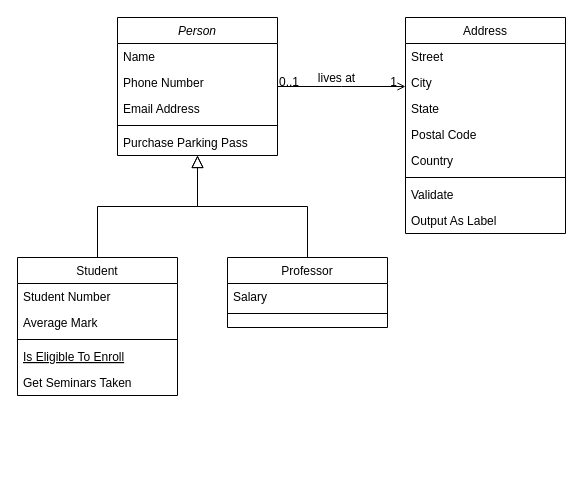
This is page "Diagrama de classes" (3 of 3) of PROJETO3OO.drawio from mateus-cavati/PROJETO3OO, a draw.io file, before an edit. Source tidied: cells renumbered, new cells numbered last; positions are measured from the earlier drawing's top-left corner, leaving out a move shared by most shapes. Both pictures are drawn from the tidied source at 100%, with x=0, y=0 at pixel (17, 17).
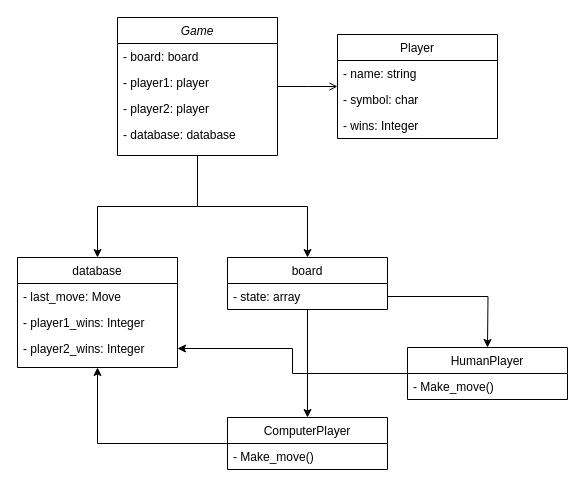
The same diagram, later.

The change refers to these unchanged cells:
```xml
<mxCell id="28" style="endArrow=open;shadow=0;strokeWidth=1;rounded=0;endFill=1;edgeStyle=elbowEdgeStyle;elbow=vertical;" parent="1" edge="1" source="2" target="19">
  <mxGeometry x="0.5" y="41" relative="1" as="geometry">
    <mxPoint x="-40" y="32" as="offset" />
  </mxGeometry>
</mxCell>
```

Diff of the diagram source:
```diff
@@
+    <mxCell id="32" style="edgeStyle=orthogonalEdgeStyle;rounded=0;jettySize=auto;html=1;entryX=0.5;entryY=0;entryDx=0;entryDy=0;" parent="1" edge="1" source="2" target="15">
+      <mxGeometry relative="1" as="geometry" />
+    </mxCell>
+    <mxCell id="33" style="edgeStyle=orthogonalEdgeStyle;rounded=0;jettySize=auto;html=1;entryX=0.5;entryY=0;entryDx=0;entryDy=0;" parent="1" edge="1" source="2" target="8">
+      <mxGeometry relative="1" as="geometry" />
+    </mxCell>
-    <mxCell id="2" value="Person" style="swimlane;fontStyle=2;align=center;verticalAlign=top;horizontal=1;startSize=26;rounded=0;shadow=0;strokeWidth=1;" parent="1" vertex="1">
+    <mxCell id="2" value="Game" style="swimlane;fontStyle=2;align=center;verticalAlign=top;horizontal=1;startSize=26;rounded=0;shadow=0;strokeWidth=1;" parent="1" vertex="1">
       <mxGeometry x="100" width="160" height="138" as="geometry" />
     </mxCell>
-    <mxCell id="3" value="Name" style="text;align=left;verticalAlign=top;spacingLeft=4;spacingRight=4;overflow=hidden;" parent="2" vertex="1">
+    <mxCell id="3" value="- board: board" style="text;align=left;verticalAlign=top;spacingLeft=4;spacingRight=4;overflow=hidden;" parent="2" vertex="1">
       <mxGeometry y="26" width="160" height="26" as="geometry" />
     </mxCell>
-    <mxCell id="4" value="Phone Number" style="text;align=left;verticalAlign=top;spacingLeft=4;spacingRight=4;overflow=hidden;rounded=0;shadow=0;html=0;" parent="2" vertex="1">
+    <mxCell id="4" value="- player1: player" style="text;align=left;verticalAlign=top;spacingLeft=4;spacingRight=4;overflow=hidden;rounded=0;shadow=0;html=0;" parent="2" vertex="1">
       <mxGeometry y="52" width="160" height="26" as="geometry" />
     </mxCell>
-    <mxCell id="5" value="Email Address" style="text;align=left;verticalAlign=top;spacingLeft=4;spacingRight=4;overflow=hidden;rounded=0;shadow=0;html=0;" parent="2" vertex="1">
+    <mxCell id="5" value="- player2: player" style="text;align=left;verticalAlign=top;spacingLeft=4;spacingRight=4;overflow=hidden;rounded=0;shadow=0;html=0;" parent="2" vertex="1">
       <mxGeometry y="78" width="160" height="26" as="geometry" />
     </mxCell>
-    <mxCell id="6" style="line;html=1;strokeWidth=1;align=left;verticalAlign=middle;spacingTop=-1;spacingLeft=3;spacingRight=3;labelPosition=right;" parent="2" vertex="1">
-      <mxGeometry y="104" width="160" height="8" as="geometry" />
-    </mxCell>
-    <mxCell id="7" value="Purchase Parking Pass" style="text;align=left;verticalAlign=top;spacingLeft=4;spacingRight=4;overflow=hidden;" parent="2" vertex="1">
-      <mxGeometry y="112" width="160" height="26" as="geometry" />
-    </mxCell>
+    <mxCell id="34" value="- database: database" style="text;align=left;verticalAlign=top;spacingLeft=4;spacingRight=4;overflow=hidden;rounded=0;shadow=0;html=0;" parent="2" vertex="1">
+      <mxGeometry y="104" width="160" height="26" as="geometry" />
+    </mxCell>
-    <mxCell id="8" value="Student" style="swimlane;fontStyle=0;align=center;verticalAlign=top;horizontal=1;startSize=26;rounded=0;shadow=0;strokeWidth=1;" parent="1" vertex="1">
-      <mxGeometry y="240" width="160" height="138" as="geometry" />
+    <mxCell id="8" value="database" style="swimlane;fontStyle=0;align=center;verticalAlign=top;horizontal=1;startSize=26;rounded=0;shadow=0;strokeWidth=1;" parent="1" vertex="1">
+      <mxGeometry y="240" width="160" height="110" as="geometry" />
     </mxCell>
-    <mxCell id="9" value="Student Number" style="text;align=left;verticalAlign=top;spacingLeft=4;spacingRight=4;overflow=hidden;" parent="8" vertex="1">
+    <mxCell id="9" value="- last_move: Move" style="text;align=left;verticalAlign=top;spacingLeft=4;spacingRight=4;overflow=hidden;" parent="8" vertex="1">
       <mxGeometry y="26" width="160" height="26" as="geometry" />
     </mxCell>
-    <mxCell id="10" value="Average Mark" style="text;align=left;verticalAlign=top;spacingLeft=4;spacingRight=4;overflow=hidden;rounded=0;shadow=0;html=0;" parent="8" vertex="1">
+    <mxCell id="10" value="- player1_wins: Integer" style="text;align=left;verticalAlign=top;spacingLeft=4;spacingRight=4;overflow=hidden;rounded=0;shadow=0;html=0;" parent="8" vertex="1">
       <mxGeometry y="52" width="160" height="26" as="geometry" />
     </mxCell>
-    <mxCell id="11" style="line;html=1;strokeWidth=1;align=left;verticalAlign=middle;spacingTop=-1;spacingLeft=3;spacingRight=3;labelPosition=right;" parent="8" vertex="1">
-      <mxGeometry y="78" width="160" height="8" as="geometry" />
-    </mxCell>
-    <mxCell id="12" value="Is Eligible To Enroll" style="text;align=left;verticalAlign=top;spacingLeft=4;spacingRight=4;overflow=hidden;fontStyle=4;" parent="8" vertex="1">
-      <mxGeometry y="86" width="160" height="26" as="geometry" />
-    </mxCell>
-    <mxCell id="13" value="Get Seminars Taken" style="text;align=left;verticalAlign=top;spacingLeft=4;spacingRight=4;overflow=hidden;" parent="8" vertex="1">
-      <mxGeometry y="112" width="160" height="26" as="geometry" />
-    </mxCell>
-    <mxCell id="14" style="endArrow=block;endSize=10;endFill=0;shadow=0;strokeWidth=1;rounded=0;edgeStyle=elbowEdgeStyle;elbow=vertical;" parent="1" edge="1" source="8" target="2">
-      <mxGeometry relative="1" as="geometry" />
-    </mxCell>
+    <mxCell id="35" value="- player2_wins: Integer" style="text;align=left;verticalAlign=top;spacingLeft=4;spacingRight=4;overflow=hidden;points=[[0,0.5],[1,0.5]];portConstraint=eastwest;rounded=0;shadow=0;html=0;" parent="8" vertex="1">
+      <mxGeometry y="78" width="160" height="26" as="geometry" />
+    </mxCell>
+    <mxCell id="36" style="edgeStyle=orthogonalEdgeStyle;rounded=0;jettySize=auto;html=1;entryX=0.5;entryY=0;entryDx=0;entryDy=0;" parent="1" edge="1" source="15" target="42">
+      <mxGeometry relative="1" as="geometry" />
+    </mxCell>
-    <mxCell id="15" value="Professor" style="swimlane;fontStyle=0;align=center;verticalAlign=top;horizontal=1;startSize=26;rounded=0;shadow=0;strokeWidth=1;" parent="1" vertex="1">
-      <mxGeometry x="210" y="240" width="160" height="70" as="geometry" />
+    <mxCell id="15" value="board" style="swimlane;fontStyle=0;align=center;verticalAlign=top;horizontal=1;startSize=26;rounded=0;shadow=0;strokeWidth=1;" parent="1" vertex="1">
+      <mxGeometry x="210" y="240" width="160" height="52" as="geometry" />
     </mxCell>
+    <mxCell id="37" style="edgeStyle=orthogonalEdgeStyle;rounded=0;jettySize=auto;html=1;" parent="15" edge="1" source="16">
+      <mxGeometry relative="1" as="geometry">
+        <mxPoint x="260" y="90" as="targetPoint" />
+      </mxGeometry>
+    </mxCell>
-    <mxCell id="16" value="Salary" style="text;align=left;verticalAlign=top;spacingLeft=4;spacingRight=4;overflow=hidden;points=[[0,0.5],[1,0.5]];portConstraint=eastwest;" parent="15" vertex="1">
+    <mxCell id="16" value="- state: array" style="text;align=left;verticalAlign=top;spacingLeft=4;spacingRight=4;overflow=hidden;points=[[0,0.5],[1,0.5]];portConstraint=eastwest;" parent="15" vertex="1">
       <mxGeometry y="26" width="160" height="26" as="geometry" />
     </mxCell>
-    <mxCell id="17" style="line;html=1;strokeWidth=1;align=left;verticalAlign=middle;spacingTop=-1;spacingLeft=3;spacingRight=3;labelPosition=right;" parent="15" vertex="1">
-      <mxGeometry y="52" width="160" height="8" as="geometry" />
-    </mxCell>
-    <mxCell id="18" style="endArrow=block;endSize=10;endFill=0;shadow=0;strokeWidth=1;rounded=0;edgeStyle=elbowEdgeStyle;elbow=vertical;" parent="1" edge="1" source="15" target="2">
-      <mxGeometry relative="1" as="geometry" />
-    </mxCell>
-    <mxCell id="19" value="Address" style="swimlane;fontStyle=0;align=center;verticalAlign=top;horizontal=1;startSize=26;rounded=0;shadow=0;strokeWidth=1;" parent="1" vertex="1">
-      <mxGeometry x="388" width="160" height="216" as="geometry" />
+    <mxCell id="19" value="Player" style="swimlane;fontStyle=0;align=center;verticalAlign=top;horizontal=1;startSize=26;rounded=0;shadow=0;strokeWidth=1;" parent="1" vertex="1">
+      <mxGeometry x="320" y="17" width="160" height="104" as="geometry" />
     </mxCell>
-    <mxCell id="20" value="Street" style="text;align=left;verticalAlign=top;spacingLeft=4;spacingRight=4;overflow=hidden;" parent="19" vertex="1">
+    <mxCell id="20" value="- name: string" style="text;align=left;verticalAlign=top;spacingLeft=4;spacingRight=4;overflow=hidden;" parent="19" vertex="1">
       <mxGeometry y="26" width="160" height="26" as="geometry" />
     </mxCell>
-    <mxCell id="21" value="City" style="text;align=left;verticalAlign=top;spacingLeft=4;spacingRight=4;overflow=hidden;rounded=0;shadow=0;html=0;" parent="19" vertex="1">
+    <mxCell id="21" value="- symbol: char" style="text;align=left;verticalAlign=top;spacingLeft=4;spacingRight=4;overflow=hidden;rounded=0;shadow=0;html=0;" parent="19" vertex="1">
       <mxGeometry y="52" width="160" height="26" as="geometry" />
     </mxCell>
-    <mxCell id="22" value="State" style="text;align=left;verticalAlign=top;spacingLeft=4;spacingRight=4;overflow=hidden;rounded=0;shadow=0;html=0;" parent="19" vertex="1">
+    <mxCell id="22" value="- wins: Integer" style="text;align=left;verticalAlign=top;spacingLeft=4;spacingRight=4;overflow=hidden;rounded=0;shadow=0;html=0;" parent="19" vertex="1">
       <mxGeometry y="78" width="160" height="26" as="geometry" />
     </mxCell>
-    <mxCell id="23" value="Postal Code" style="text;align=left;verticalAlign=top;spacingLeft=4;spacingRight=4;overflow=hidden;rounded=0;shadow=0;html=0;" parent="19" vertex="1">
-      <mxGeometry y="104" width="160" height="26" as="geometry" />
-    </mxCell>
-    <mxCell id="24" value="Country" style="text;align=left;verticalAlign=top;spacingLeft=4;spacingRight=4;overflow=hidden;rounded=0;shadow=0;html=0;" parent="19" vertex="1">
-      <mxGeometry y="130" width="160" height="26" as="geometry" />
-    </mxCell>
-    <mxCell id="25" style="line;html=1;strokeWidth=1;align=left;verticalAlign=middle;spacingTop=-1;spacingLeft=3;spacingRight=3;labelPosition=right;" parent="19" vertex="1">
-      <mxGeometry y="156" width="160" height="8" as="geometry" />
-    </mxCell>
-    <mxCell id="26" value="Validate" style="text;align=left;verticalAlign=top;spacingLeft=4;spacingRight=4;overflow=hidden;" parent="19" vertex="1">
-      <mxGeometry y="164" width="160" height="26" as="geometry" />
-    </mxCell>
-    <mxCell id="27" value="Output As Label" style="text;align=left;verticalAlign=top;spacingLeft=4;spacingRight=4;overflow=hidden;" parent="19" vertex="1">
-      <mxGeometry y="190" width="160" height="26" as="geometry" />
-    </mxCell>
@@
-    <mxCell id="29" value="0..1" style="align=left;verticalAlign=bottom;labelBackgroundColor=none;fontSize=12;" parent="28" vertex="1">
-      <mxGeometry x="-1" relative="1" as="geometry">
-        <mxPoint y="4" as="offset" />
-      </mxGeometry>
-    </mxCell>
-    <mxCell id="30" value="1" style="align=right;verticalAlign=bottom;labelBackgroundColor=none;fontSize=12;" parent="28" vertex="1">
-      <mxGeometry x="1" relative="1" as="geometry">
-        <mxPoint x="-7" y="4" as="offset" />
-      </mxGeometry>
-    </mxCell>
-    <mxCell id="31" value="lives at" style="text;html=1;align=center;verticalAlign=middle;labelBackgroundColor=none;rounded=0;shadow=0;strokeWidth=1;fontSize=12;" parent="28" vertex="1">
-      <mxGeometry x="0.5" y="49" relative="1" as="geometry">
-        <mxPoint x="-38" y="40" as="offset" />
-      </mxGeometry>
-    </mxCell>
+    <mxCell id="38" style="edgeStyle=orthogonalEdgeStyle;rounded=0;jettySize=auto;html=1;entryX=1;entryY=0.5;entryDx=0;entryDy=0;" parent="1" edge="1" source="39" target="35">
+      <mxGeometry relative="1" as="geometry" />
+    </mxCell>
+    <mxCell id="39" value="HumanPlayer" style="swimlane;fontStyle=0;align=center;verticalAlign=top;horizontal=1;startSize=26;rounded=0;shadow=0;strokeWidth=1;" parent="1" vertex="1">
+      <mxGeometry x="390" y="330" width="160" height="52" as="geometry" />
+    </mxCell>
+    <mxCell id="40" value="- Make_move()" style="text;align=left;verticalAlign=top;spacingLeft=4;spacingRight=4;overflow=hidden;" parent="39" vertex="1">
+      <mxGeometry y="26" width="160" height="26" as="geometry" />
+    </mxCell>
+    <mxCell id="41" style="edgeStyle=orthogonalEdgeStyle;rounded=0;jettySize=auto;html=1;entryX=0.5;entryY=1;entryDx=0;entryDy=0;" parent="1" edge="1" source="42" target="8">
+      <mxGeometry relative="1" as="geometry" />
+    </mxCell>
+    <mxCell id="42" value="ComputerPlayer" style="swimlane;fontStyle=0;align=center;verticalAlign=top;horizontal=1;startSize=26;rounded=0;shadow=0;strokeWidth=1;" parent="1" vertex="1">
+      <mxGeometry x="210" y="400" width="160" height="52" as="geometry" />
+    </mxCell>
+    <mxCell id="43" value="- Make_move()" style="text;align=left;verticalAlign=top;spacingLeft=4;spacingRight=4;overflow=hidden;" parent="42" vertex="1">
+      <mxGeometry y="26" width="160" height="26" as="geometry" />
+    </mxCell>
```
